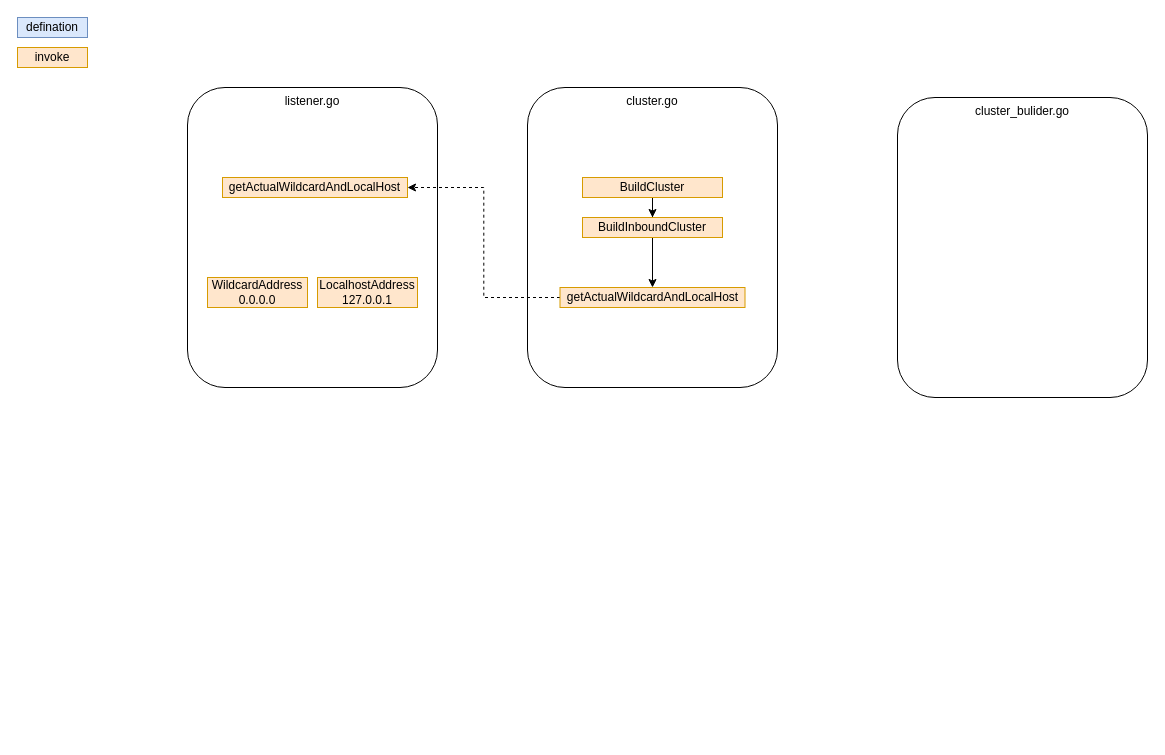
xu1zhou/Documents keeps this draw.io diagram as inbound_cluster_workflow.drawio. Above is the earlier version. Source tidied: cells renumbered, new cells numbered last; positions are measured from the earlier drawing's top-left corner, leaving out a move shared by most shapes. Both pictures are drawn from the tidied source at 100%, with x=0, y=0 at pixel (17, 17).
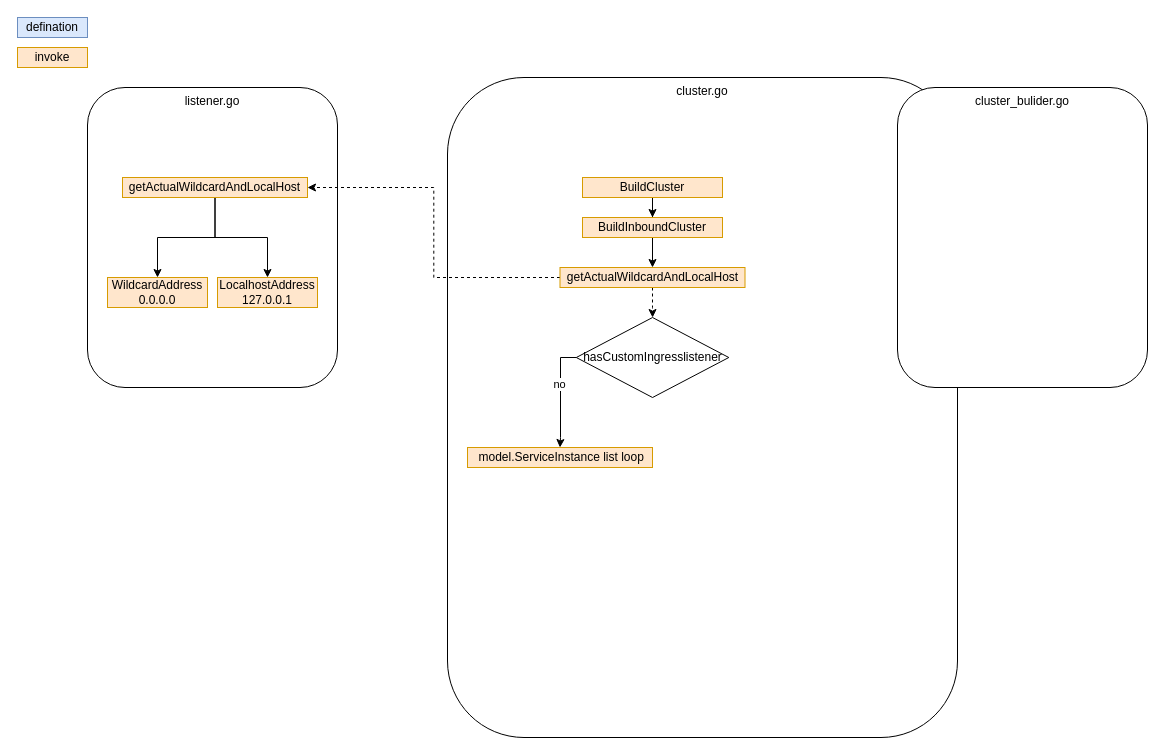
The same page after the edit.

Diff of the diagram source:
```diff
@@
     <mxCell id="2" value="listener.go" style="rounded=1;whiteSpace=wrap;html=1;verticalAlign=top;" parent="1" vertex="1">
-      <mxGeometry x="170" y="70" width="250" height="300" as="geometry" />
+      <mxGeometry x="70" y="70" width="250" height="300" as="geometry" />
     </mxCell>
     <mxCell id="3" value="cluster.go" style="rounded=1;whiteSpace=wrap;html=1;verticalAlign=top;" parent="1" vertex="1">
-      <mxGeometry x="510" y="70" width="250" height="300" as="geometry" />
+      <mxGeometry x="430" y="60" width="510" height="660" as="geometry" />
     </mxCell>
@@
     <mxCell id="6" value="cluster_bulider.go" style="rounded=1;whiteSpace=wrap;html=1;verticalAlign=top;" parent="1" vertex="1">
-      <mxGeometry x="880" y="80" width="250" height="300" as="geometry" />
+      <mxGeometry x="880" y="70" width="250" height="300" as="geometry" />
     </mxCell>
@@
+    <mxCell id="16" style="edgeStyle=orthogonalEdgeStyle;rounded=0;jettySize=auto;html=1;dashed=1;" parent="1" edge="1" source="10" target="22">
+      <mxGeometry relative="1" as="geometry" />
+    </mxCell>
     <mxCell id="10" value="getActualWildcardAndLocalHost" style="text;html=1;strokeColor=#d79b00;fillColor=#ffe6cc;align=center;verticalAlign=middle;whiteSpace=wrap;rounded=0;" parent="1" vertex="1">
-      <mxGeometry x="542.5" y="270" width="185" height="20" as="geometry" />
+      <mxGeometry x="542.5" y="250" width="185" height="20" as="geometry" />
     </mxCell>
+    <mxCell id="17" style="edgeStyle=orthogonalEdgeStyle;rounded=0;jettySize=auto;html=1;entryX=0.5;entryY=0;entryDx=0;entryDy=0;" parent="1" edge="1" source="11" target="15">
+      <mxGeometry relative="1" as="geometry" />
+    </mxCell>
+    <mxCell id="18" style="edgeStyle=orthogonalEdgeStyle;rounded=0;jettySize=auto;html=1;entryX=0.5;entryY=0;entryDx=0;entryDy=0;" parent="1" edge="1" source="11" target="14">
+      <mxGeometry relative="1" as="geometry" />
+    </mxCell>
     <mxCell id="11" value="getActualWildcardAndLocalHost" style="text;html=1;strokeColor=#d79b00;fillColor=#ffe6cc;align=center;verticalAlign=middle;whiteSpace=wrap;rounded=0;" parent="1" vertex="1">
-      <mxGeometry x="205" y="160" width="185" height="20" as="geometry" />
+      <mxGeometry x="105" y="160" width="185" height="20" as="geometry" />
     </mxCell>
@@
     <mxCell id="14" value="WildcardAddress&lt;br&gt;0.0.0.0" style="text;html=1;strokeColor=#d79b00;fillColor=#ffe6cc;align=center;verticalAlign=middle;whiteSpace=wrap;rounded=0;" parent="1" vertex="1">
-      <mxGeometry x="190" y="260" width="100" height="30" as="geometry" />
+      <mxGeometry x="90" y="260" width="100" height="30" as="geometry" />
     </mxCell>
     <mxCell id="15" value="LocalhostAddress&lt;br&gt;127.0.0.1" style="text;html=1;strokeColor=#d79b00;fillColor=#ffe6cc;align=center;verticalAlign=middle;whiteSpace=wrap;rounded=0;" parent="1" vertex="1">
-      <mxGeometry x="300" y="260" width="100" height="30" as="geometry" />
+      <mxGeometry x="200" y="260" width="100" height="30" as="geometry" />
     </mxCell>
+    <mxCell id="19" value="&amp;nbsp;model.ServiceInstance list loop" style="text;html=1;strokeColor=#d79b00;fillColor=#ffe6cc;align=center;verticalAlign=middle;whiteSpace=wrap;rounded=0;" parent="1" vertex="1">
+      <mxGeometry x="450" y="430" width="185" height="20" as="geometry" />
+    </mxCell>
+    <mxCell id="20" style="edgeStyle=orthogonalEdgeStyle;rounded=0;jettySize=auto;html=1;entryX=0.5;entryY=0;entryDx=0;entryDy=0;" parent="1" edge="1" source="22" target="19">
+      <mxGeometry relative="1" as="geometry">
+        <Array as="points">
+          <mxPoint x="543" y="340" />
+          <mxPoint x="543" y="420" />
+        </Array>
+      </mxGeometry>
+    </mxCell>
+    <mxCell id="21" value="no" style="edgeLabel;html=1;align=center;verticalAlign=middle;" parent="20" vertex="1">
+      <mxGeometry x="-0.21" y="-2" relative="1" as="geometry" />
+    </mxCell>
+    <mxCell id="22" value="hasCustomIngresslistener" style="rhombus;whiteSpace=wrap;html=1;" parent="1" vertex="1">
+      <mxGeometry x="558.8" y="300" width="152.5" height="80" as="geometry" />
+    </mxCell>
```
